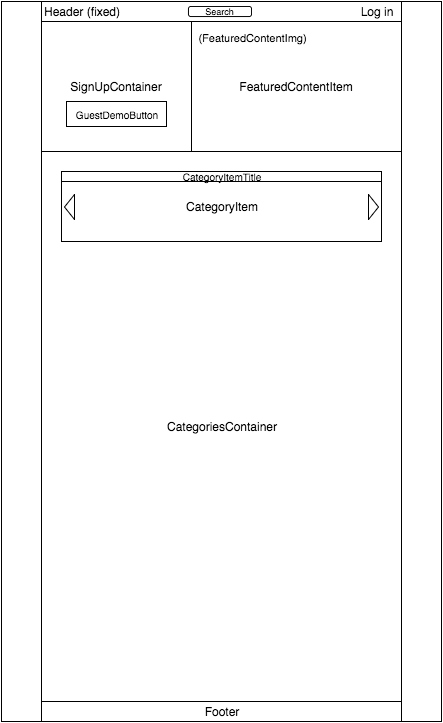
Earlier version of the draw.io export docs/wireframes/Main-signed_out.png (erhsparks/Hulubaloo). Source tidied: cells renumbered, new cells last; positions are measured from the earlier drawing's top-left corner, leaving out a move shared by most shapes.
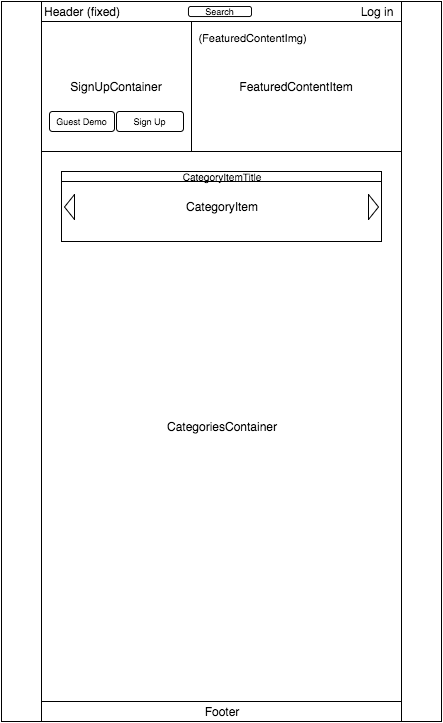
The same diagram one commit later.

Commit message:
add 'sign up' button next to 'guest demo'

The edit, as a diff of the source:
```diff
@@ -47,8 +47,11 @@
     <mxCell id="16" value="SignUpContainer" style="whiteSpace=wrap;html=1;strokeColor=#000000;fontSize=12;fontColor=#000000;" parent="1" vertex="1">
       <mxGeometry x="40" y="20" width="150" height="130" as="geometry" />
     </mxCell>
-    <mxCell id="17" value="GuestDemoButton" style="whiteSpace=wrap;html=1;fontSize=10;" parent="1" vertex="1">
-      <mxGeometry x="65" y="100" width="100" height="25" as="geometry" />
-    </mxCell>
+    <mxCell id="18" value="Guest Demo" style="rounded=1;whiteSpace=wrap;html=1;shadow=0;labelBackgroundColor=none;strokeColor=#000000;fillColor=#FFFFFF;fontSize=9;fontColor=#000000;align=center;" parent="1" vertex="1">
+      <mxGeometry x="48" y="110" width="65" height="20" as="geometry" />
+    </mxCell>
+    <mxCell id="19" value="Sign Up" style="rounded=1;whiteSpace=wrap;html=1;shadow=0;labelBackgroundColor=none;strokeColor=#000000;fillColor=#FFFFFF;fontSize=9;fontColor=#000000;align=center;" parent="1" vertex="1">
+      <mxGeometry x="115" y="110" width="67" height="20" as="geometry" />
+    </mxCell>
   </root>
 </mxGraphModel>
```
